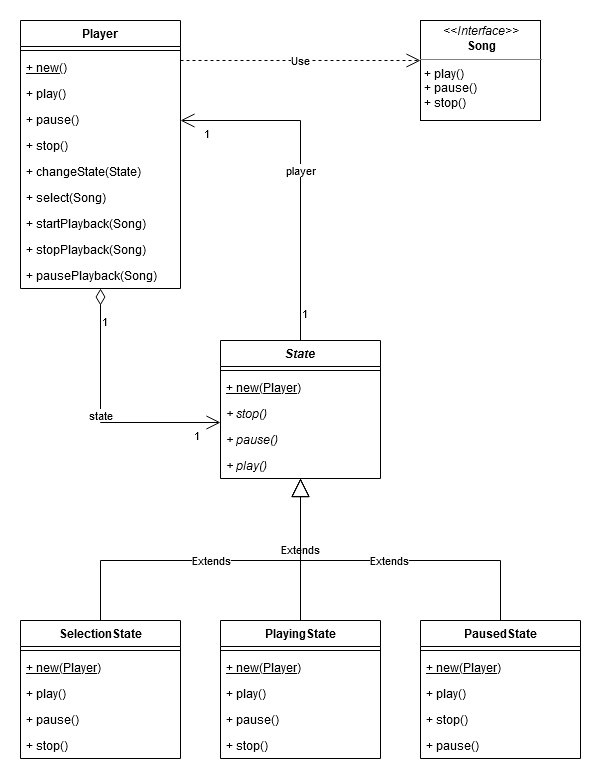
This is docs/tp09_state_y_strategy/uml-03-reproductor.png from pablospizzamiglio/unq-po2, a draw.io export, as it was before one commit. Source tidied: cells renumbered, new cells last; positions are measured from the earlier drawing's top-left corner, leaving out a move shared by most shapes. Source of this version:
```xml
<mxGraphModel>
  <root>
    <mxCell id="0" />
    <mxCell id="1" parent="0" />
    <mxCell id="2" value="Player" style="swimlane;fontStyle=1;align=center;verticalAlign=top;horizontal=1;startSize=26;" parent="1" vertex="1">
      <mxGeometry width="160" height="268" as="geometry" />
    </mxCell>
    <mxCell id="3" style="line;strokeWidth=1;fillColor=none;align=left;verticalAlign=middle;spacingTop=-1;spacingLeft=3;spacingRight=3;labelPosition=right;" parent="2" vertex="1">
      <mxGeometry y="26" width="160" height="8" as="geometry" />
    </mxCell>
    <mxCell id="4" value="+ new()" style="text;strokeColor=none;fillColor=none;align=left;verticalAlign=top;spacingLeft=4;spacingRight=4;overflow=hidden;fontStyle=4;" parent="2" vertex="1">
      <mxGeometry y="34" width="160" height="26" as="geometry" />
    </mxCell>
    <mxCell id="5" value="+ play()" style="text;strokeColor=none;fillColor=none;align=left;verticalAlign=top;spacingLeft=4;spacingRight=4;overflow=hidden;fontStyle=0;" parent="2" vertex="1">
      <mxGeometry y="60" width="160" height="26" as="geometry" />
    </mxCell>
    <mxCell id="6" value="+ pause()" style="text;strokeColor=none;fillColor=none;align=left;verticalAlign=top;spacingLeft=4;spacingRight=4;overflow=hidden;fontStyle=0;" parent="2" vertex="1">
      <mxGeometry y="86" width="160" height="26" as="geometry" />
    </mxCell>
    <mxCell id="7" value="+ stop()" style="text;strokeColor=none;fillColor=none;align=left;verticalAlign=top;spacingLeft=4;spacingRight=4;overflow=hidden;fontStyle=0;" parent="2" vertex="1">
      <mxGeometry y="112" width="160" height="26" as="geometry" />
    </mxCell>
    <mxCell id="8" value="+ changeState(State)" style="text;strokeColor=none;fillColor=none;align=left;verticalAlign=top;spacingLeft=4;spacingRight=4;overflow=hidden;fontStyle=0;" parent="2" vertex="1">
      <mxGeometry y="138" width="160" height="26" as="geometry" />
    </mxCell>
    <mxCell id="9" value="+ select(Song)" style="text;strokeColor=none;fillColor=none;align=left;verticalAlign=top;spacingLeft=4;spacingRight=4;overflow=hidden;fontStyle=0;" parent="2" vertex="1">
      <mxGeometry y="164" width="160" height="26" as="geometry" />
    </mxCell>
    <mxCell id="10" value="+ startPlayback(Song)" style="text;strokeColor=none;fillColor=none;align=left;verticalAlign=top;spacingLeft=4;spacingRight=4;overflow=hidden;fontStyle=0;" parent="2" vertex="1">
      <mxGeometry y="190" width="160" height="26" as="geometry" />
    </mxCell>
    <mxCell id="11" value="+ stopPlayback(Song)" style="text;strokeColor=none;fillColor=none;align=left;verticalAlign=top;spacingLeft=4;spacingRight=4;overflow=hidden;fontStyle=0;" parent="2" vertex="1">
      <mxGeometry y="216" width="160" height="26" as="geometry" />
    </mxCell>
    <mxCell id="12" value="+ pausePlayback(Song)" style="text;strokeColor=none;fillColor=none;align=left;verticalAlign=top;spacingLeft=4;spacingRight=4;overflow=hidden;fontStyle=0;" parent="2" vertex="1">
      <mxGeometry y="242" width="160" height="26" as="geometry" />
    </mxCell>
    <mxCell id="13" value="Extends" style="endArrow=block;endSize=16;endFill=0;html=1;rounded=0;edgeStyle=orthogonalEdgeStyle;" parent="1" edge="1" source="16" target="34">
      <mxGeometry relative="1" as="geometry">
        <Array as="points">
          <mxPoint x="80" y="540" />
          <mxPoint x="280" y="540" />
        </Array>
      </mxGeometry>
    </mxCell>
    <mxCell id="14" value="Extends" style="endArrow=block;endSize=16;endFill=0;html=1;edgeStyle=orthogonalEdgeStyle;rounded=0;" parent="1" edge="1" source="22" target="34">
      <mxGeometry relative="1" as="geometry" />
    </mxCell>
    <mxCell id="15" value="Extends" style="endArrow=block;endSize=16;endFill=0;html=1;edgeStyle=orthogonalEdgeStyle;rounded=0;" parent="1" edge="1" source="28" target="34">
      <mxGeometry relative="1" as="geometry">
        <Array as="points">
          <mxPoint x="480" y="540" />
          <mxPoint x="280" y="540" />
        </Array>
      </mxGeometry>
    </mxCell>
    <mxCell id="16" value="SelectionState" style="swimlane;fontStyle=1;align=center;verticalAlign=top;horizontal=1;startSize=26;" parent="1" vertex="1">
      <mxGeometry y="600" width="160" height="138" as="geometry" />
    </mxCell>
    <mxCell id="17" style="line;strokeWidth=1;fillColor=none;align=left;verticalAlign=middle;spacingTop=-1;spacingLeft=3;spacingRight=3;labelPosition=right;" parent="16" vertex="1">
      <mxGeometry y="26" width="160" height="8" as="geometry" />
    </mxCell>
    <mxCell id="18" value="+ new(Player)" style="text;strokeColor=none;fillColor=none;align=left;verticalAlign=top;spacingLeft=4;spacingRight=4;overflow=hidden;fontStyle=4;" parent="16" vertex="1">
      <mxGeometry y="34" width="160" height="26" as="geometry" />
    </mxCell>
    <mxCell id="19" value="+ play()" style="text;strokeColor=none;fillColor=none;align=left;verticalAlign=top;spacingLeft=4;spacingRight=4;overflow=hidden;" parent="16" vertex="1">
      <mxGeometry y="60" width="160" height="26" as="geometry" />
    </mxCell>
    <mxCell id="20" value="+ pause()" style="text;strokeColor=none;fillColor=none;align=left;verticalAlign=top;spacingLeft=4;spacingRight=4;overflow=hidden;" parent="16" vertex="1">
      <mxGeometry y="86" width="160" height="26" as="geometry" />
    </mxCell>
    <mxCell id="21" value="+ stop()" style="text;strokeColor=none;fillColor=none;align=left;verticalAlign=top;spacingLeft=4;spacingRight=4;overflow=hidden;" parent="16" vertex="1">
      <mxGeometry y="112" width="160" height="26" as="geometry" />
    </mxCell>
    <mxCell id="22" value="PlayingState" style="swimlane;fontStyle=1;align=center;verticalAlign=top;horizontal=1;startSize=26;" parent="1" vertex="1">
      <mxGeometry x="200" y="600" width="160" height="138" as="geometry" />
    </mxCell>
    <mxCell id="23" style="line;strokeWidth=1;fillColor=none;align=left;verticalAlign=middle;spacingTop=-1;spacingLeft=3;spacingRight=3;labelPosition=right;" parent="22" vertex="1">
      <mxGeometry y="26" width="160" height="8" as="geometry" />
    </mxCell>
    <mxCell id="24" value="+ new(Player)" style="text;strokeColor=none;fillColor=none;align=left;verticalAlign=top;spacingLeft=4;spacingRight=4;overflow=hidden;fontStyle=4;" parent="22" vertex="1">
      <mxGeometry y="34" width="160" height="26" as="geometry" />
    </mxCell>
    <mxCell id="25" value="+ play()" style="text;strokeColor=none;fillColor=none;align=left;verticalAlign=top;spacingLeft=4;spacingRight=4;overflow=hidden;" parent="22" vertex="1">
      <mxGeometry y="60" width="160" height="26" as="geometry" />
    </mxCell>
    <mxCell id="26" value="+ pause()" style="text;strokeColor=none;fillColor=none;align=left;verticalAlign=top;spacingLeft=4;spacingRight=4;overflow=hidden;" parent="22" vertex="1">
      <mxGeometry y="86" width="160" height="26" as="geometry" />
    </mxCell>
    <mxCell id="27" value="+ stop()" style="text;strokeColor=none;fillColor=none;align=left;verticalAlign=top;spacingLeft=4;spacingRight=4;overflow=hidden;" parent="22" vertex="1">
      <mxGeometry y="112" width="160" height="26" as="geometry" />
    </mxCell>
    <mxCell id="28" value="PausedState" style="swimlane;fontStyle=1;align=center;verticalAlign=top;horizontal=1;startSize=26;" parent="1" vertex="1">
      <mxGeometry x="400" y="600" width="160" height="138" as="geometry" />
    </mxCell>
    <mxCell id="29" style="line;strokeWidth=1;fillColor=none;align=left;verticalAlign=middle;spacingTop=-1;spacingLeft=3;spacingRight=3;labelPosition=right;" parent="28" vertex="1">
      <mxGeometry y="26" width="160" height="8" as="geometry" />
    </mxCell>
    <mxCell id="30" value="+ new(Player)" style="text;strokeColor=none;fillColor=none;align=left;verticalAlign=top;spacingLeft=4;spacingRight=4;overflow=hidden;fontStyle=4;" parent="28" vertex="1">
      <mxGeometry y="34" width="160" height="26" as="geometry" />
    </mxCell>
    <mxCell id="31" value="+ play()" style="text;strokeColor=none;fillColor=none;align=left;verticalAlign=top;spacingLeft=4;spacingRight=4;overflow=hidden;" parent="28" vertex="1">
      <mxGeometry y="60" width="160" height="26" as="geometry" />
    </mxCell>
    <mxCell id="32" value="+ stop()" style="text;strokeColor=none;fillColor=none;align=left;verticalAlign=top;spacingLeft=4;spacingRight=4;overflow=hidden;" parent="28" vertex="1">
      <mxGeometry y="86" width="160" height="26" as="geometry" />
    </mxCell>
    <mxCell id="33" value="+ pause()" style="text;strokeColor=none;fillColor=none;align=left;verticalAlign=top;spacingLeft=4;spacingRight=4;overflow=hidden;" parent="28" vertex="1">
      <mxGeometry y="112" width="160" height="26" as="geometry" />
    </mxCell>
    <mxCell id="34" value="State" style="swimlane;fontStyle=3;align=center;verticalAlign=top;horizontal=1;startSize=26;" parent="1" vertex="1">
      <mxGeometry x="200" y="320" width="160" height="138" as="geometry" />
    </mxCell>
    <mxCell id="35" style="line;strokeWidth=1;fillColor=none;align=left;verticalAlign=middle;spacingTop=-1;spacingLeft=3;spacingRight=3;labelPosition=right;" parent="34" vertex="1">
      <mxGeometry y="26" width="160" height="8" as="geometry" />
    </mxCell>
    <mxCell id="36" value="+ new(Player)" style="text;strokeColor=none;fillColor=none;align=left;verticalAlign=top;spacingLeft=4;spacingRight=4;overflow=hidden;fontStyle=4;" parent="34" vertex="1">
      <mxGeometry y="34" width="160" height="26" as="geometry" />
    </mxCell>
    <mxCell id="37" value="+ stop()" style="text;strokeColor=none;fillColor=none;align=left;verticalAlign=top;spacingLeft=4;spacingRight=4;overflow=hidden;fontStyle=2;" parent="34" vertex="1">
      <mxGeometry y="60" width="160" height="26" as="geometry" />
    </mxCell>
    <mxCell id="38" value="+ pause()" style="text;strokeColor=none;fillColor=none;align=left;verticalAlign=top;spacingLeft=4;spacingRight=4;overflow=hidden;fontStyle=2;" parent="34" vertex="1">
      <mxGeometry y="86" width="160" height="26" as="geometry" />
    </mxCell>
    <mxCell id="39" value="+ play()" style="text;strokeColor=none;fillColor=none;align=left;verticalAlign=top;spacingLeft=4;spacingRight=4;overflow=hidden;fontStyle=2;" parent="34" vertex="1">
      <mxGeometry y="112" width="160" height="26" as="geometry" />
    </mxCell>
    <mxCell id="40" value="&lt;p style=&quot;margin: 0px ; margin-top: 4px ; text-align: center&quot;&gt;&lt;i&gt;&amp;lt;&amp;lt;Interface&amp;gt;&amp;gt;&lt;/i&gt;&lt;br&gt;&lt;b&gt;Song&lt;/b&gt;&lt;/p&gt;&lt;hr size=&quot;1&quot;&gt;&lt;p style=&quot;margin: 0px ; margin-left: 4px&quot;&gt;+ play()&lt;/p&gt;&lt;p style=&quot;margin: 0px ; margin-left: 4px&quot;&gt;+ pause()&lt;/p&gt;&lt;p style=&quot;margin: 0px ; margin-left: 4px&quot;&gt;+ stop()&lt;br&gt;&lt;/p&gt;" style="verticalAlign=top;align=left;overflow=fill;fontSize=12;fontFamily=Helvetica;html=1;" parent="1" vertex="1">
      <mxGeometry x="400" width="120" height="100" as="geometry" />
    </mxCell>
    <mxCell id="41" value="state" style="endArrow=open;html=1;endSize=12;startArrow=diamondThin;startSize=14;startFill=0;edgeStyle=orthogonalEdgeStyle;rounded=0;" parent="1" edge="1" source="2" target="34">
      <mxGeometry relative="1" as="geometry">
        <Array as="points">
          <mxPoint x="80" y="402" />
        </Array>
      </mxGeometry>
    </mxCell>
    <mxCell id="42" value="1" style="edgeLabel;html=1;align=left;verticalAlign=top;" parent="41" vertex="1">
      <mxGeometry x="-1" relative="1" as="geometry">
        <mxPoint y="20" as="offset" />
      </mxGeometry>
    </mxCell>
    <mxCell id="43" value="1" style="edgeLabel;html=1;align=right;verticalAlign=top;" parent="41" vertex="1">
      <mxGeometry x="1" relative="1" as="geometry">
        <mxPoint x="-20" as="offset" />
      </mxGeometry>
    </mxCell>
    <mxCell id="44" value="Use" style="endArrow=open;endSize=12;dashed=1;html=1;edgeStyle=orthogonalEdgeStyle;rounded=0;" parent="1" edge="1" source="2" target="40">
      <mxGeometry relative="1" as="geometry">
        <Array as="points">
          <mxPoint x="340" y="40" />
          <mxPoint x="340" y="40" />
        </Array>
      </mxGeometry>
    </mxCell>
    <mxCell id="45" value="player" style="endArrow=open;html=1;endSize=12;startArrow=none;startSize=14;startFill=0;edgeStyle=orthogonalEdgeStyle;rounded=0;" parent="1" edge="1" source="34" target="2">
      <mxGeometry relative="1" as="geometry">
        <Array as="points">
          <mxPoint x="280" y="100" />
        </Array>
      </mxGeometry>
    </mxCell>
    <mxCell id="46" value="1" style="edgeLabel;html=1;align=left;verticalAlign=top;" parent="45" vertex="1">
      <mxGeometry x="-1" relative="1" as="geometry">
        <mxPoint y="-40" as="offset" />
      </mxGeometry>
    </mxCell>
    <mxCell id="47" value="1" style="edgeLabel;html=1;align=right;verticalAlign=top;" parent="45" vertex="1">
      <mxGeometry x="1" relative="1" as="geometry">
        <mxPoint x="30" as="offset" />
      </mxGeometry>
    </mxCell>
  </root>
</mxGraphModel>
```
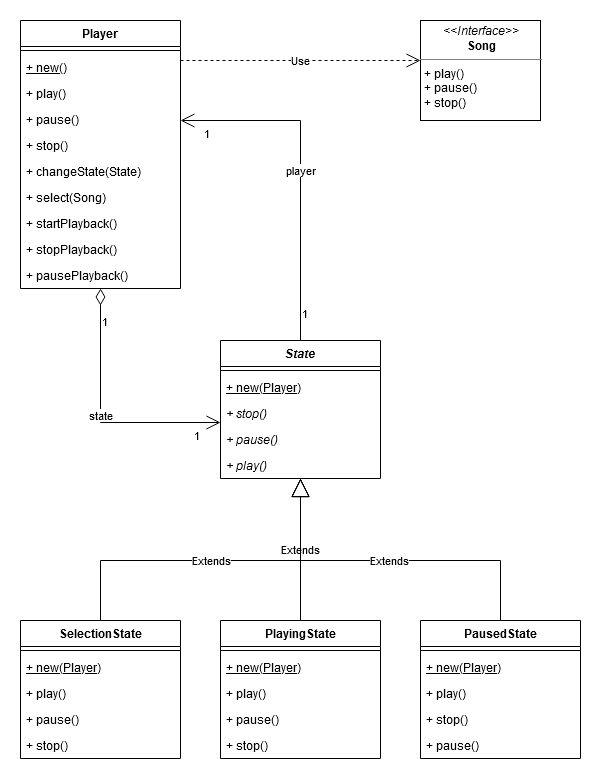
The same diagram one commit later.

Commit message:
Remove agruments from method signatures in UML

Change to the diagram source:
```diff
@@ -26,13 +26,13 @@
     <mxCell id="9" value="+ select(Song)" style="text;strokeColor=none;fillColor=none;align=left;verticalAlign=top;spacingLeft=4;spacingRight=4;overflow=hidden;fontStyle=0;" parent="2" vertex="1">
       <mxGeometry y="164" width="160" height="26" as="geometry" />
     </mxCell>
-    <mxCell id="10" value="+ startPlayback(Song)" style="text;strokeColor=none;fillColor=none;align=left;verticalAlign=top;spacingLeft=4;spacingRight=4;overflow=hidden;fontStyle=0;" parent="2" vertex="1">
+    <mxCell id="10" value="+ startPlayback()" style="text;strokeColor=none;fillColor=none;align=left;verticalAlign=top;spacingLeft=4;spacingRight=4;overflow=hidden;fontStyle=0;" parent="2" vertex="1">
       <mxGeometry y="190" width="160" height="26" as="geometry" />
     </mxCell>
-    <mxCell id="11" value="+ stopPlayback(Song)" style="text;strokeColor=none;fillColor=none;align=left;verticalAlign=top;spacingLeft=4;spacingRight=4;overflow=hidden;fontStyle=0;" parent="2" vertex="1">
+    <mxCell id="11" value="+ stopPlayback()" style="text;strokeColor=none;fillColor=none;align=left;verticalAlign=top;spacingLeft=4;spacingRight=4;overflow=hidden;fontStyle=0;" parent="2" vertex="1">
       <mxGeometry y="216" width="160" height="26" as="geometry" />
     </mxCell>
-    <mxCell id="12" value="+ pausePlayback(Song)" style="text;strokeColor=none;fillColor=none;align=left;verticalAlign=top;spacingLeft=4;spacingRight=4;overflow=hidden;fontStyle=0;" parent="2" vertex="1">
+    <mxCell id="12" value="+ pausePlayback()" style="text;strokeColor=none;fillColor=none;align=left;verticalAlign=top;spacingLeft=4;spacingRight=4;overflow=hidden;fontStyle=0;" parent="2" vertex="1">
       <mxGeometry y="242" width="160" height="26" as="geometry" />
     </mxCell>
     <mxCell id="13" value="Extends" style="endArrow=block;endSize=16;endFill=0;html=1;rounded=0;edgeStyle=orthogonalEdgeStyle;" parent="1" edge="1" source="16" target="34">
```
